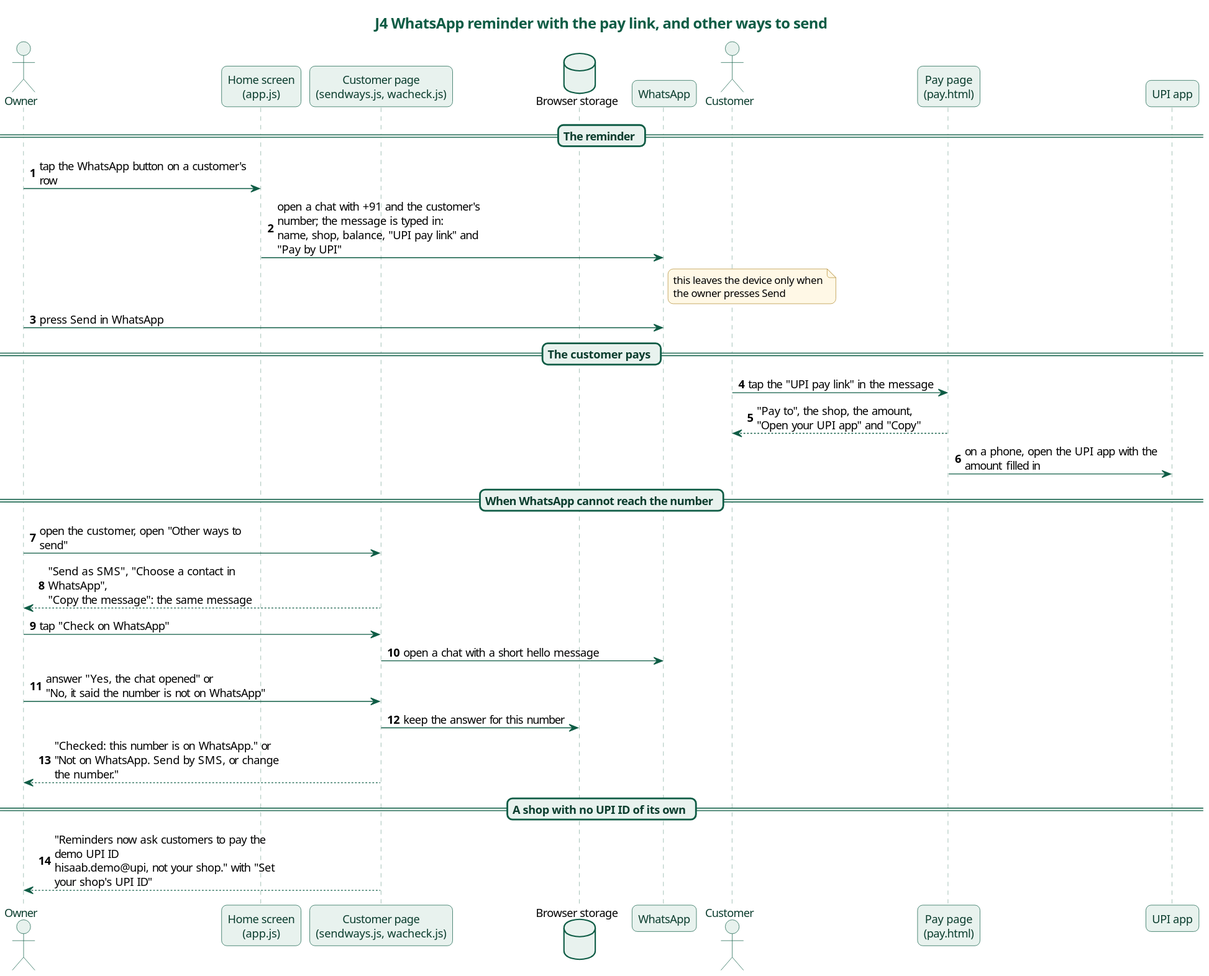
Before: docs/diagrams/j4-whatsapp-reminder.svg, a diagram exported from PlantUML (karwasanjay007/hisaab-docs).
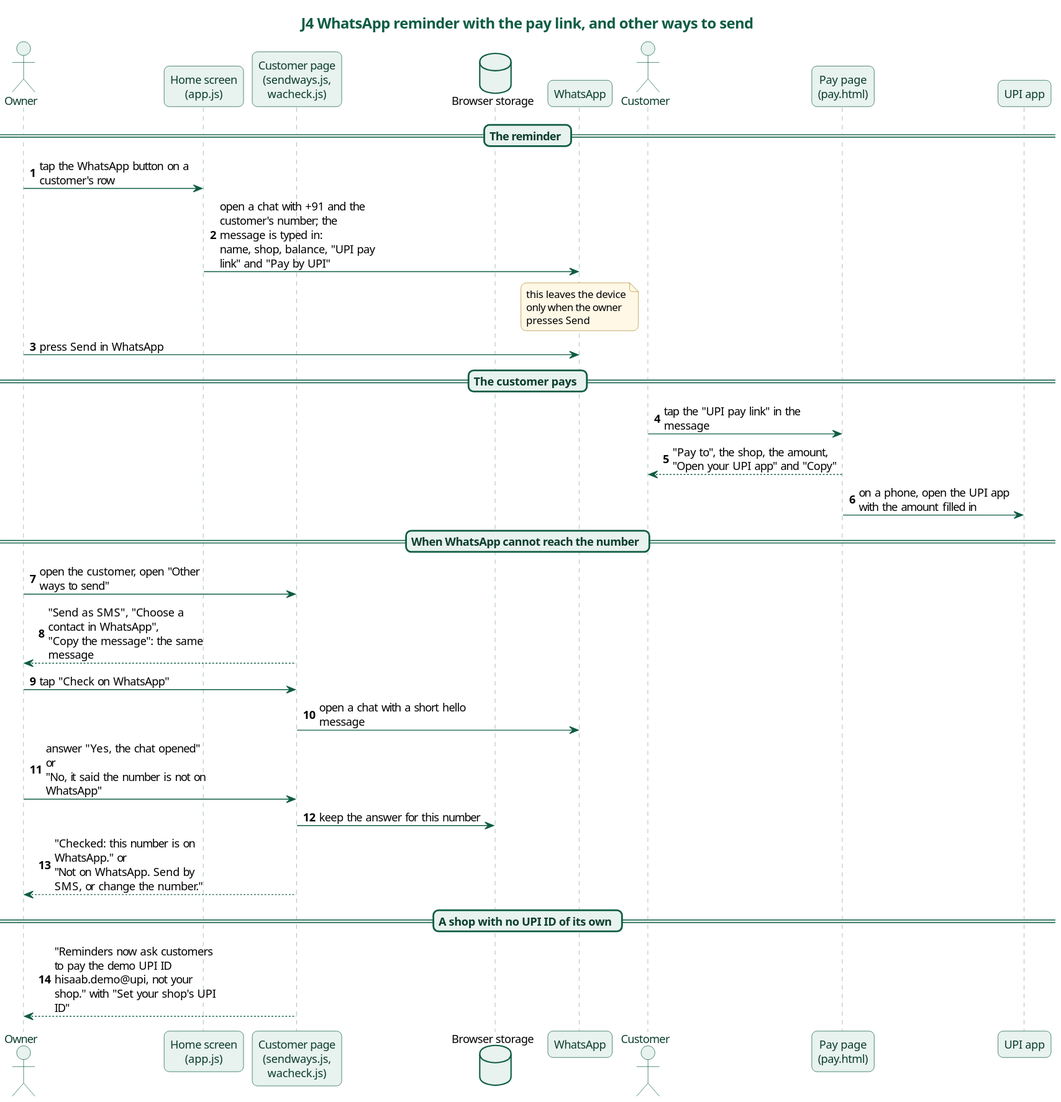
The same diagram one commit later.

The edit, as a diff of the source:
```diff
@@ -5,7 +5,7 @@
 skinparam defaultFontSize 13
 skinparam roundCorner 12
 skinparam shadowing false
-skinparam maxMessageSize 260
+skinparam maxMessageSize 190
 skinparam titleFontSize 17
 skinparam titleFontColor #0E5C45
 skinparam sequenceMessageAlign left
@@ -39,7 +39,7 @@
 }
 actor "Owner" as O
 participant "Home screen\n(app.js)" as H
-participant "Customer page\n(sendways.js, wacheck.js)" as C
+participant "Customer page\n(sendways.js,\nwacheck.js)" as C
 database "Browser storage" as S
 participant "WhatsApp" as WA
 actor "Customer" as K
@@ -49,7 +49,7 @@
 == The reminder ==
 O -> H : tap the WhatsApp button on a customer's row
 H -> WA : open a chat with +91 and the customer's number; the message is typed in:\nname, shop, balance, "UPI pay link" and "Pay by UPI"
-note right of WA : this leaves the device only when\nthe owner presses Send
+note over WA : this leaves the device\nonly when the owner\npresses Send
 O -> WA : press Send in WhatsApp
 == The customer pays ==
 K -> P : tap the "UPI pay link" in the message
```
